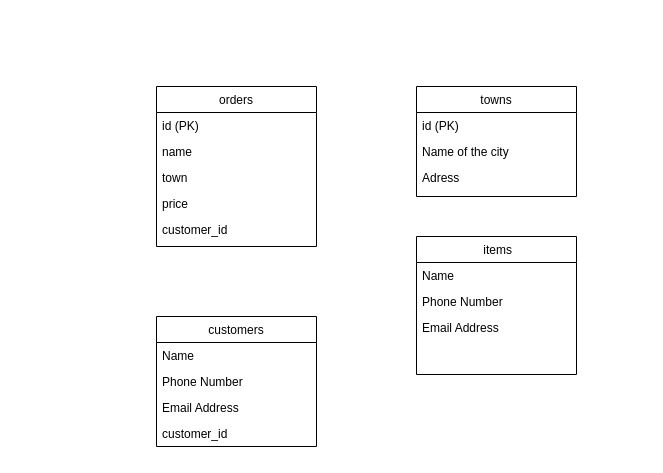
Before: Диаграмма для тестового задания.drawio in pytonuserouner/UML_study, a draw.io diagram. Source tidied: cells renumbered, new cells numbered last; positions are measured from the earlier drawing's top-left corner, leaving out a move shared by most shapes. Both pictures are drawn from the tidied source at 100%, with x=0, y=0 at pixel (156, 86).
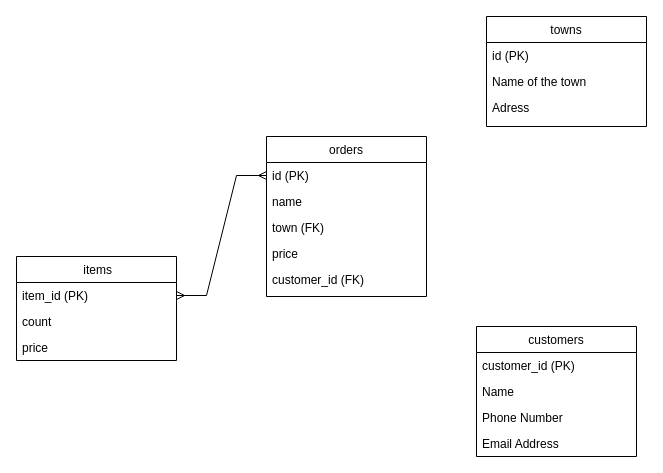
Above is the later version.

Unchanged cells that the change refers to:
```xml
<mxCell id="3" value="id (PK)" style="text;align=left;verticalAlign=top;spacingLeft=4;spacingRight=4;overflow=hidden;points=[[0,0.5],[1,0.5]];portConstraint=eastwest;" parent="2" vertex="1">
  <mxGeometry y="26" width="160" height="26" as="geometry" />
</mxCell>
```

Diff of the diagram source:
```diff
@@
     <mxCell id="2" value="orders" style="swimlane;fontStyle=0;align=center;verticalAlign=top;horizontal=1;startSize=26;rounded=0;shadow=0;strokeWidth=1;" parent="1" vertex="1">
-      <mxGeometry width="160" height="160" as="geometry" />
+      <mxGeometry x="110" y="50" width="160" height="160" as="geometry" />
     </mxCell>
@@
-    <mxCell id="5" value="town" style="text;align=left;verticalAlign=top;spacingLeft=4;spacingRight=4;overflow=hidden;rounded=0;shadow=0;html=0;" parent="2" vertex="1">
+    <mxCell id="5" value="town (FK)" style="text;align=left;verticalAlign=top;spacingLeft=4;spacingRight=4;overflow=hidden;rounded=0;shadow=0;html=0;" parent="2" vertex="1">
       <mxGeometry y="78" width="160" height="26" as="geometry" />
     </mxCell>
@@
-    <mxCell id="7" value="customer_id" style="text;align=left;verticalAlign=top;spacingLeft=4;spacingRight=4;overflow=hidden;rounded=0;shadow=0;html=0;" parent="2" vertex="1">
+    <mxCell id="7" value="customer_id (FK)" style="text;align=left;verticalAlign=top;spacingLeft=4;spacingRight=4;overflow=hidden;rounded=0;shadow=0;html=0;" parent="2" vertex="1">
       <mxGeometry y="130" width="160" height="26" as="geometry" />
     </mxCell>
     <mxCell id="8" value="towns" style="swimlane;fontStyle=0;align=center;verticalAlign=top;horizontal=1;startSize=26;rounded=0;shadow=0;strokeWidth=1;" parent="1" vertex="1">
-      <mxGeometry x="260" width="160" height="110" as="geometry" />
+      <mxGeometry x="330" y="-70" width="160" height="110" as="geometry" />
     </mxCell>
@@
-    <mxCell id="10" value="Name of the city" style="text;align=left;verticalAlign=top;spacingLeft=4;spacingRight=4;overflow=hidden;" parent="8" vertex="1">
+    <mxCell id="10" value="Name of the town" style="text;align=left;verticalAlign=top;spacingLeft=4;spacingRight=4;overflow=hidden;" parent="8" vertex="1">
       <mxGeometry y="52" width="160" height="26" as="geometry" />
     </mxCell>
@@
     <mxCell id="12" value="customers" style="swimlane;fontStyle=0;align=center;verticalAlign=top;horizontal=1;startSize=26;rounded=0;shadow=0;strokeWidth=1;" parent="1" vertex="1">
-      <mxGeometry y="230" width="160" height="130" as="geometry" />
+      <mxGeometry x="320" y="240" width="160" height="130" as="geometry" />
     </mxCell>
+    <mxCell id="16" value="customer_id (PK)" style="text;align=left;verticalAlign=top;spacingLeft=4;spacingRight=4;overflow=hidden;rounded=0;shadow=0;html=0;" parent="12" vertex="1">
+      <mxGeometry y="26" width="160" height="26" as="geometry" />
+    </mxCell>
     <mxCell id="13" value="Name" style="text;align=left;verticalAlign=top;spacingLeft=4;spacingRight=4;overflow=hidden;" parent="12" vertex="1">
-      <mxGeometry y="26" width="160" height="26" as="geometry" />
+      <mxGeometry y="52" width="160" height="26" as="geometry" />
     </mxCell>
     <mxCell id="14" value="Phone Number" style="text;align=left;verticalAlign=top;spacingLeft=4;spacingRight=4;overflow=hidden;rounded=0;shadow=0;html=0;" parent="12" vertex="1">
-      <mxGeometry y="52" width="160" height="26" as="geometry" />
+      <mxGeometry y="78" width="160" height="26" as="geometry" />
     </mxCell>
     <mxCell id="15" value="Email Address" style="text;align=left;verticalAlign=top;spacingLeft=4;spacingRight=4;overflow=hidden;rounded=0;shadow=0;html=0;" parent="12" vertex="1">
-      <mxGeometry y="78" width="160" height="26" as="geometry" />
+      <mxGeometry y="104" width="160" height="26" as="geometry" />
     </mxCell>
-    <mxCell id="16" value="customer_id" style="text;align=left;verticalAlign=top;spacingLeft=4;spacingRight=4;overflow=hidden;rounded=0;shadow=0;html=0;" parent="12" vertex="1">
-      <mxGeometry y="104" width="160" height="26" as="geometry" />
-    </mxCell>
     <mxCell id="17" value=" items" style="swimlane;fontStyle=0;align=center;verticalAlign=top;horizontal=1;startSize=26;rounded=0;shadow=0;strokeWidth=1;" parent="1" vertex="1">
-      <mxGeometry x="260" y="150" width="160" height="138" as="geometry" />
+      <mxGeometry x="-140" y="170" width="160" height="104" as="geometry" />
     </mxCell>
-    <mxCell id="18" value="Name" style="text;align=left;verticalAlign=top;spacingLeft=4;spacingRight=4;overflow=hidden;points=[[0,0.5],[1,0.5]];portConstraint=eastwest;" parent="17" vertex="1">
+    <mxCell id="18" value="item_id (PK)" style="text;align=left;verticalAlign=top;spacingLeft=4;spacingRight=4;overflow=hidden;points=[[0,0.5],[1,0.5]];portConstraint=eastwest;" parent="17" vertex="1">
       <mxGeometry y="26" width="160" height="26" as="geometry" />
     </mxCell>
-    <mxCell id="19" value="Phone Number" style="text;align=left;verticalAlign=top;spacingLeft=4;spacingRight=4;overflow=hidden;rounded=0;shadow=0;html=0;" parent="17" vertex="1">
+    <mxCell id="19" value="count" style="text;align=left;verticalAlign=top;spacingLeft=4;spacingRight=4;overflow=hidden;rounded=0;shadow=0;html=0;" parent="17" vertex="1">
       <mxGeometry y="52" width="160" height="26" as="geometry" />
     </mxCell>
-    <mxCell id="20" value="Email Address" style="text;align=left;verticalAlign=top;spacingLeft=4;spacingRight=4;overflow=hidden;rounded=0;shadow=0;html=0;" parent="17" vertex="1">
+    <mxCell id="20" value="price" style="text;align=left;verticalAlign=top;spacingLeft=4;spacingRight=4;overflow=hidden;rounded=0;shadow=0;html=0;" parent="17" vertex="1">
       <mxGeometry y="78" width="160" height="26" as="geometry" />
     </mxCell>
+    <mxCell id="21" style="edgeStyle=entityRelationEdgeStyle;fontSize=12;html=1;endArrow=ERmany;startArrow=ERmany;rounded=0;entryX=0;entryY=0.5;entryDx=0;entryDy=0;" parent="1" edge="1" source="18" target="3">
+      <mxGeometry relative="1" as="geometry" />
+    </mxCell>
```
